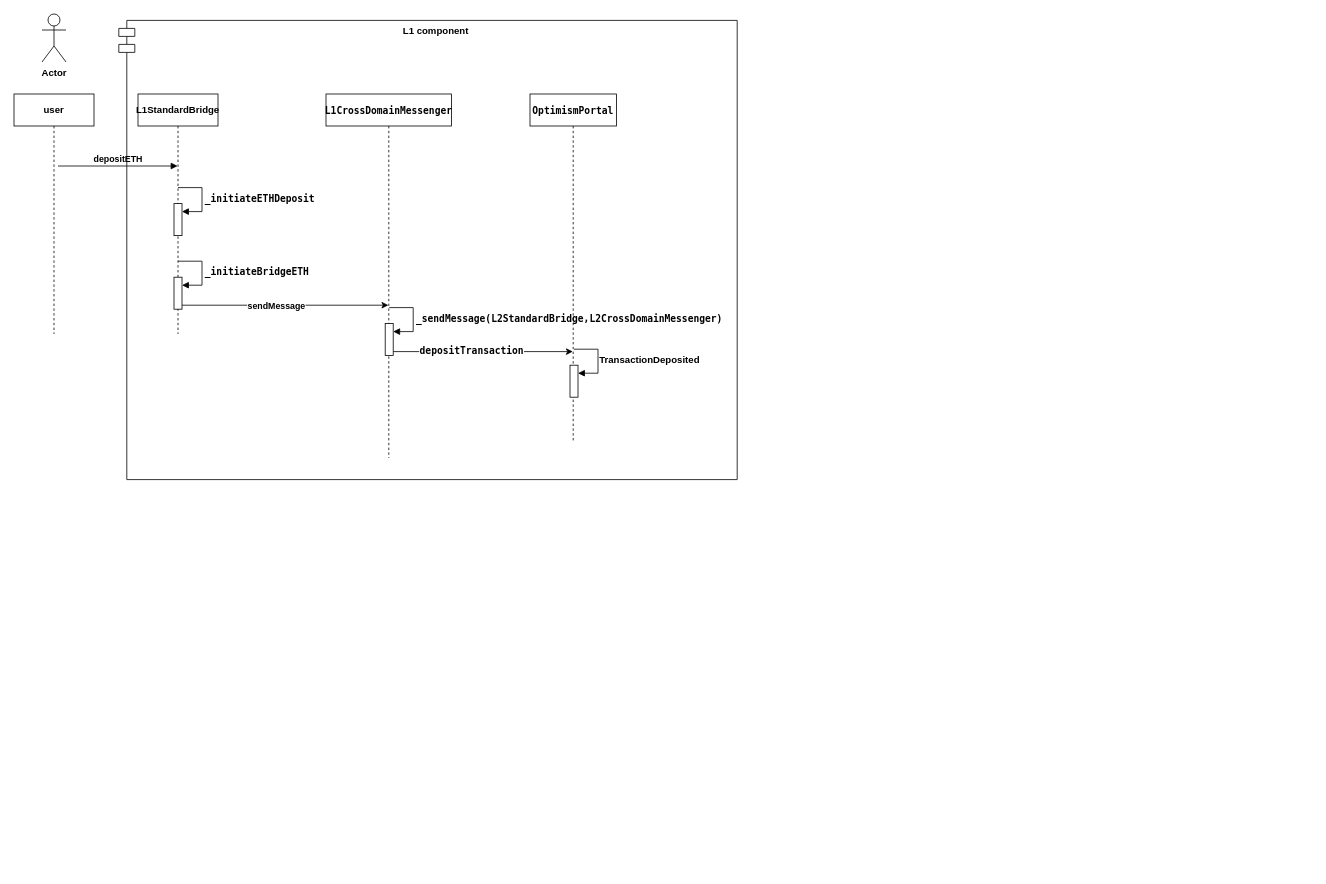
Above: optimism 存款.drawio in mindcarver/pic_bed (draw.io), before the change. Source tidied: cells renumbered, new cells numbered last; positions are measured from the earlier drawing's top-left corner, leaving out a move shared by most shapes. Both pictures are drawn from the tidied source at 80%, with x=0, y=0 at pixel (14, 14).
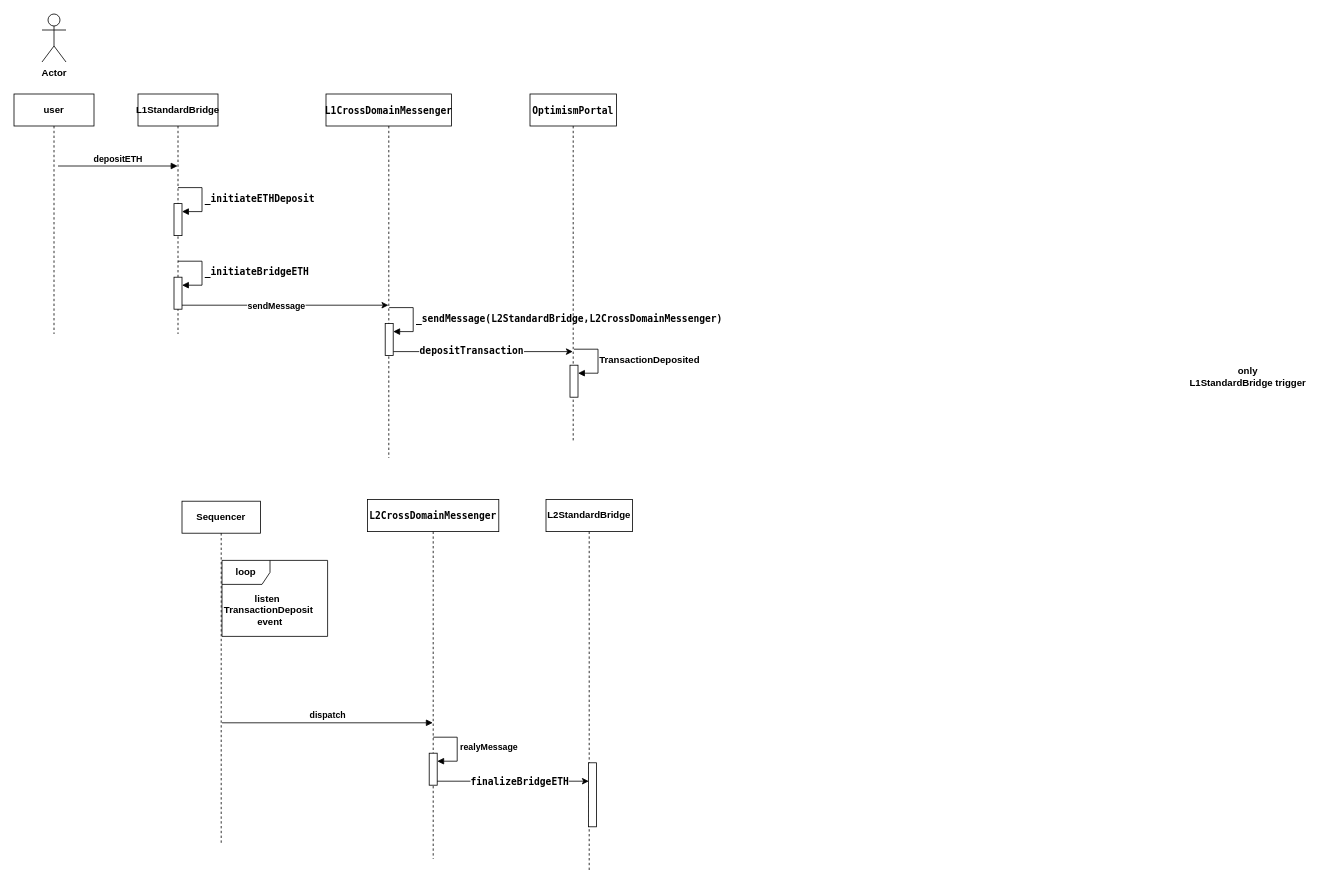
After the change.

Change to the diagram source:
```diff
@@
-    <mxCell id="21" value="&lt;span&gt;L1 component&lt;/span&gt;" style="shape=module;align=left;spacingLeft=20;align=center;verticalAlign=top;whiteSpace=wrap;html=1;fillStyle=auto;fillColor=none;fontStyle=1;" parent="1" vertex="1">
-      <mxGeometry x="131" y="8" width="773" height="574" as="geometry" />
-    </mxCell>
+    <mxCell id="22" value="Sequencer" style="shape=umlLifeline;perimeter=lifelinePerimeter;whiteSpace=wrap;html=1;newEdgeStyle={&quot;curved&quot;:0,&quot;rounded&quot;:0};fontStyle=1;" parent="1" vertex="1">
+      <mxGeometry x="210" y="609" width="98" height="428" as="geometry" />
+    </mxCell>
+    <mxCell id="23" value="loop" style="shape=umlFrame;whiteSpace=wrap;html=1;fontStyle=1;" parent="1" vertex="1">
+      <mxGeometry x="260" y="683" width="132" height="95" as="geometry" />
+    </mxCell>
+    <mxCell id="24" value="listen&amp;nbsp;&lt;div&gt;TransactionDeposit&lt;/div&gt;&lt;div&gt;&amp;nbsp;event&lt;/div&gt;" style="text;html=1;align=center;verticalAlign=middle;strokeColor=none;fillColor=none;fontStyle=1;" parent="1" vertex="1">
+      <mxGeometry x="257" y="717" width="121" height="55" as="geometry" />
+    </mxCell>
+    <mxCell id="25" value="&lt;div style=&quot;font-family: Menlo, Monaco, &amp;quot;Courier New&amp;quot;, monospace; line-height: 18px; white-space: pre;&quot;&gt;L2CrossDomainMessenger&lt;/div&gt;" style="shape=umlLifeline;perimeter=lifelinePerimeter;whiteSpace=wrap;html=1;outlineConnect=0;portConstraint=eastwest;newEdgeStyle={&quot;curved&quot;:0,&quot;rounded&quot;:0};fontStyle=1;" parent="1" vertex="1">
+      <mxGeometry x="442" y="607" width="164" height="449" as="geometry" />
+    </mxCell>
+    <mxCell id="26" style="html=1;points=[[0,0,0,0,5],[0,1,0,0,-5],[1,0,0,0,5],[1,1,0,0,-5]];perimeter=orthogonalPerimeter;outlineConnect=0;targetShapes=umlLifeline;portConstraint=eastwest;newEdgeStyle={&quot;curved&quot;:0,&quot;rounded&quot;:0};fontStyle=1;" parent="25" vertex="1">
+      <mxGeometry x="77" y="317" width="10" height="40" as="geometry" />
+    </mxCell>
+    <mxCell id="27" value="realyMessage" style="html=1;align=left;spacingLeft=2;endArrow=block;rounded=0;edgeStyle=orthogonalEdgeStyle;curved=0;rounded=0;fontStyle=1;" parent="25" edge="1" target="26">
+      <mxGeometry relative="1" as="geometry">
+        <mxPoint x="82" y="297" as="sourcePoint" />
+        <Array as="points">
+          <mxPoint x="112" y="327" />
+        </Array>
+      </mxGeometry>
+    </mxCell>
+    <mxCell id="28" value="dispatch" style="html=1;verticalAlign=bottom;endArrow=block;curved=0;rounded=0;fontStyle=1;" parent="1" edge="1" target="25">
+      <mxGeometry relative="1" as="geometry">
+        <mxPoint x="260" y="886" as="sourcePoint" />
+      </mxGeometry>
+    </mxCell>
+    <mxCell id="29" value="&lt;span&gt;L2StandardBridge&lt;/span&gt;" style="shape=umlLifeline;perimeter=lifelinePerimeter;whiteSpace=wrap;html=1;outlineConnect=0;portConstraint=eastwest;newEdgeStyle={&quot;curved&quot;:0,&quot;rounded&quot;:0};fontStyle=1;" parent="1" vertex="1">
+      <mxGeometry x="665" y="607" width="108" height="463" as="geometry" />
+    </mxCell>
+    <mxCell id="30" style="html=1;perimeter=orthogonalPerimeter;targetShapes=umlLifeline;newEdgeStyle={&quot;curved&quot;:0,&quot;rounded&quot;:0};" parent="29" vertex="1">
+      <mxGeometry x="53" y="329" width="10" height="80" as="geometry" />
+    </mxCell>
+    <mxCell id="31" style="rounded=0;jettySize=auto;html=1;exitX=1;exitY=1;exitDx=0;exitDy=-5;exitPerimeter=0;" parent="1" edge="1" source="26" target="29">
+      <mxGeometry relative="1" as="geometry" />
+    </mxCell>
+    <mxCell id="32" value="&lt;div style=&quot;font-family: Menlo, Monaco, &amp;quot;Courier New&amp;quot;, monospace; font-size: 12px; line-height: 18px; white-space-collapse: preserve;&quot;&gt;&lt;b&gt;finalizeBridgeETH&lt;/b&gt;&lt;/div&gt;" style="edgeLabel;html=1;align=center;verticalAlign=middle;" parent="31" vertex="1">
+      <mxGeometry x="0.08" y="1" relative="1" as="geometry" />
+    </mxCell>
+    <mxCell id="33" value="&lt;b&gt;only&lt;/b&gt;&lt;div&gt;&lt;b&gt;L1StandardBridge trigger&lt;/b&gt;&lt;/div&gt;" style="text;html=1;align=center;verticalAlign=middle;strokeColor=none;fillColor=none;" parent="1" vertex="1">
+      <mxGeometry x="1460" y="432" width="163" height="41" as="geometry" />
+    </mxCell>
```
